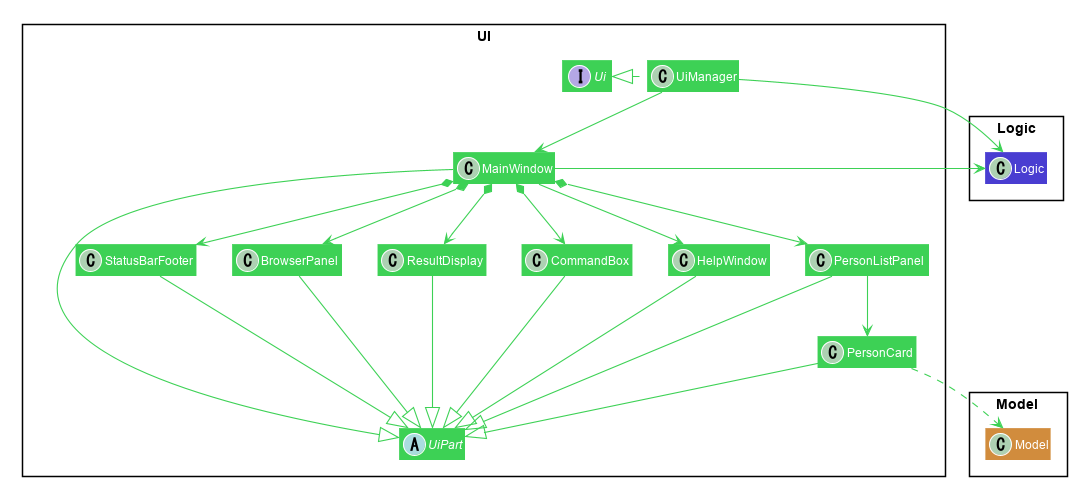
Earlier version of the PlantUML export docs/images/ui-class-diagram.png (se-edu/addressbook-level4). The source it was exported from:
```plantuml
@startuml








skinparam BackgroundColor #FFFFFFF

skinparam Shadowing false

skinparam Class {
    FontColor White
    BorderThickness 0
    BorderColor #FFFFFF
}

skinparam Actor {
    BorderColor #000000
    Color #000000
}


skinparam Sequence {
    MessageAlign center
    BoxFontSize 15
    BoxPadding 0
    BoxFontColor #FFFFFF
}


skinparam Participant {
    FontColor #FFFFFFF
    Padding 20
}

skinparam MinClassWidth 50
skinparam ParticipantPadding 10
skinparam Shadowing false
skinparam DefaultTextAlignment center

hide footbox
hide members
skinparam arrowThickness 1.1
skinparam arrowColor #3DD155
skinparam classBackgroundColor #3DD155

hide members

package UI <<Rectangle>>{
Interface Ui
Abstract Class UiPart
Class UiManager
Class MainWindow
Class HelpWindow
Class ResultDisplay
Class BrowserPanel
Class PersonListPanel
Class PersonCard
Class StatusBarFooter
Class CommandBox
}

package Model <<Rectangle>> {
Class Model #D18C3D
}

package Logic <<Rectangle>> {
Class Logic #493DD1
}

UiManager .left.|> Ui
UiManager -down-> MainWindow
MainWindow --> HelpWindow
MainWindow *-down-> CommandBox
MainWindow *-down-> ResultDisplay
MainWindow *-down-> BrowserPanel
MainWindow *-down-> PersonListPanel
MainWindow *-down-> StatusBarFooter

PersonListPanel -down-> PersonCard

MainWindow -left-|> UiPart

ResultDisplay -d-|> UiPart
CommandBox -d--|> UiPart
BrowserPanel -d--|> UiPart
PersonListPanel -d--|> UiPart
PersonCard -d-|> UiPart
StatusBarFooter -d-|> UiPart
HelpWindow -d-|> UiPart

PersonCard ..> Model
UiManager -right-> Logic
MainWindow -left-> Logic

PersonListPanel -[hidden]left- HelpWindow
HelpWindow -[hidden]left- CommandBox
CommandBox -[hidden]left- ResultDisplay
ResultDisplay -[hidden]left- BrowserPanel
BrowserPanel -[hidden]left- StatusBarFooter


MainWindow -[hidden]-|> UiPart

@enduml
```
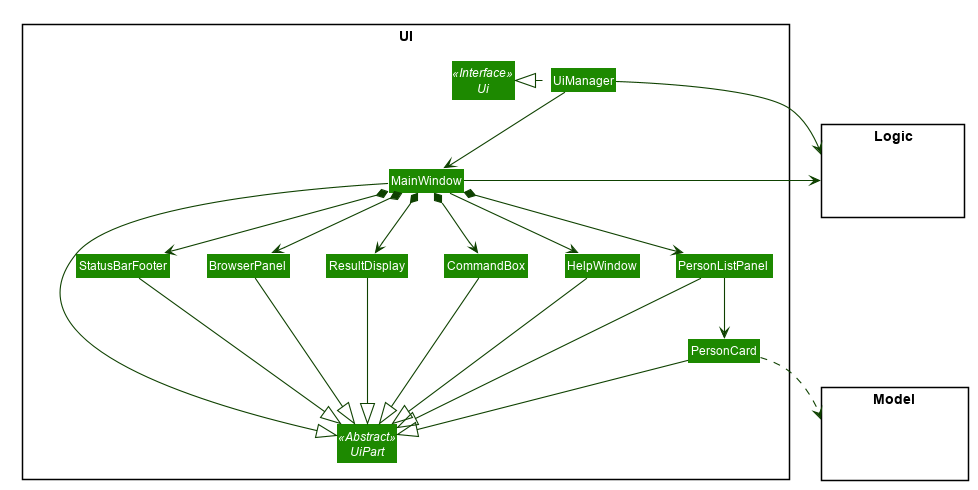
The same file after the commit.

Diff of the diagram source:
```diff
@@ -12,9 +12,10 @@
 skinparam Shadowing false
 
 skinparam Class {
-    FontColor White
-    BorderThickness 0
+    FontColor #FFFFFF
+    BorderThickness 1
     BorderColor #FFFFFF
+    StereotypeFontColor #FFFFFF
 }
 
 skinparam Actor {
@@ -22,14 +23,12 @@
     Color #000000
 }
 
-
 skinparam Sequence {
     MessageAlign center
     BoxFontSize 15
     BoxPadding 0
     BoxFontColor #FFFFFF
 }
-
 
 skinparam Participant {
     FontColor #FFFFFFF
@@ -40,18 +39,20 @@
 skinparam ParticipantPadding 10
 skinparam Shadowing false
 skinparam DefaultTextAlignment center
+skinparam packageStyle Rectangle
 
 hide footbox
 hide members
+hide circle
 skinparam arrowThickness 1.1
-skinparam arrowColor #3DD155
-skinparam classBackgroundColor #3DD155
+skinparam arrowColor #0E4100
+skinparam classBackgroundColor #1D8900
 
 hide members
 
 package UI <<Rectangle>>{
-Interface Ui
-Abstract Class UiPart
+Interface Ui <<Interface>>
+Abstract Class UiPart <<Abstract>>
 Class UiManager
 Class MainWindow
 Class HelpWindow
@@ -64,11 +65,13 @@
 }
 
 package Model <<Rectangle>> {
-Class Model #D18C3D
+Class HiddenModel #FFFFFF
+hide circle
 }
 
 package Logic <<Rectangle>> {
-Class Logic #493DD1
+Class HiddenLogic #FFFFFF
+hide circle
 }
 
 UiManager .left.|> Ui
```
